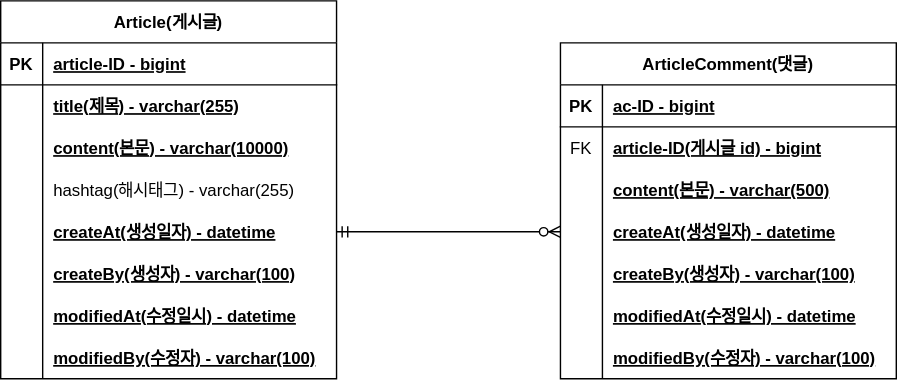
Above: document/ERD.svg in dohyun332/project-board (draw.io), before the change. Source tidied: cells renumbered, new cells last; positions are measured from the earlier drawing's top-left corner, leaving out a move shared by most shapes.
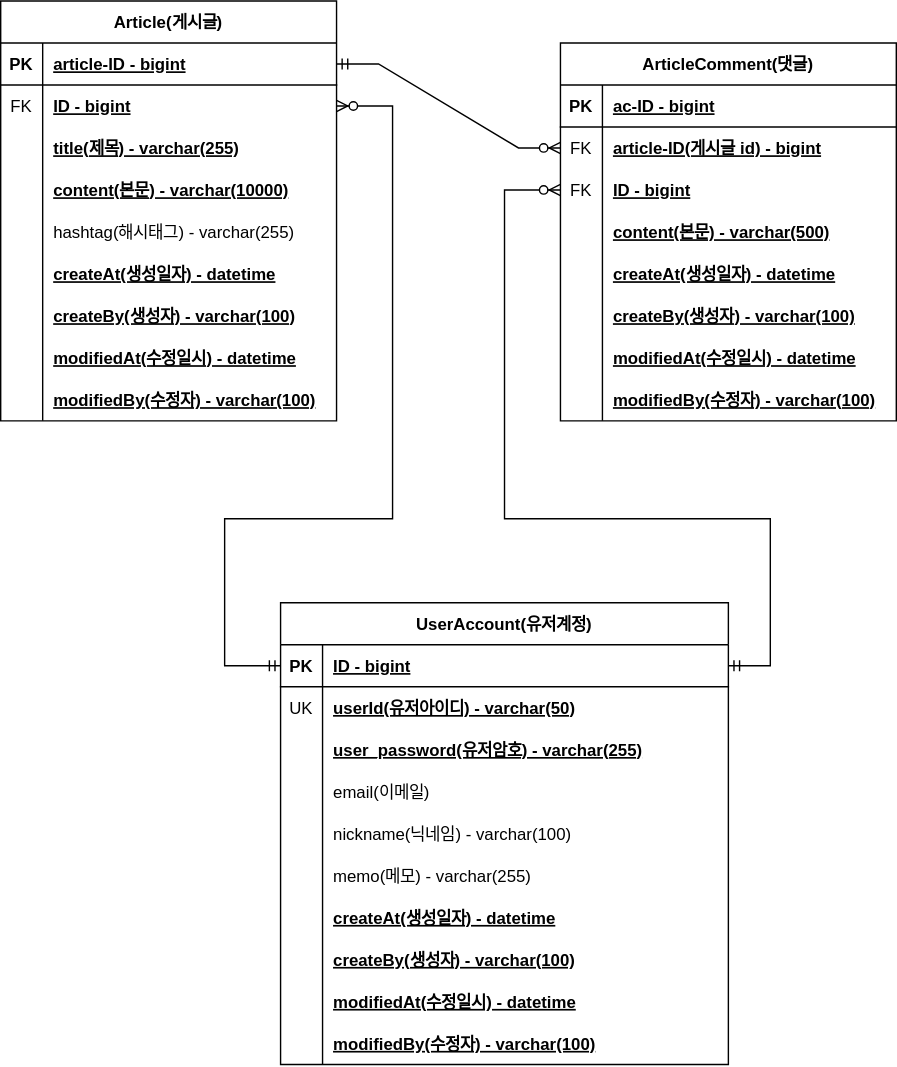
The same file after the commit.

Change to the diagram source:
```diff
@@ -3,7 +3,7 @@
     <mxCell id="0" />
     <mxCell id="1" parent="0" />
     <mxCell id="2" value="Article(게시글)" style="shape=table;startSize=30;rowLines=0;fontStyle=1;align=center;" parent="1" vertex="1">
-      <mxGeometry width="240" height="270" as="geometry" />
+      <mxGeometry width="240" height="300" as="geometry" />
     </mxCell>
     <mxCell id="3" style="shape=tableRow;horizontal=0;startSize=0;swimlaneHead=0;swimlaneBody=0;fillColor=none;points=[[0,0.5],[1,0.5]];portConstraint=eastwest;top=0;left=0;right=0;bottom=1;" parent="2" vertex="1">
       <mxGeometry y="30" width="240" height="30" as="geometry" />
@@ -17,14 +17,23 @@
     <mxCell id="6" style="shape=tableRow;horizontal=0;startSize=0;swimlaneHead=0;swimlaneBody=0;fillColor=none;points=[[0,0.5],[1,0.5]];portConstraint=eastwest;top=0;left=0;right=0;bottom=0;" parent="2" vertex="1">
       <mxGeometry y="60" width="240" height="30" as="geometry" />
     </mxCell>
-    <mxCell id="7" style="shape=partialRectangle;fillColor=none;top=0;left=0;bottom=0;right=0;overflow=hidden;" parent="6" vertex="1">
+    <mxCell id="7" value="FK" style="shape=partialRectangle;fillColor=none;top=0;left=0;bottom=0;right=0;overflow=hidden;" parent="6" vertex="1">
       <mxGeometry width="30" height="30" as="geometry" />
     </mxCell>
-    <mxCell id="8" value="title(제목) - varchar(255)" style="shape=partialRectangle;fillColor=none;top=0;left=0;bottom=0;right=0;align=left;spacingLeft=6;overflow=hidden;fontStyle=5;" parent="6" vertex="1">
+    <mxCell id="8" value="ID - bigint" style="shape=partialRectangle;fillColor=none;top=0;left=0;bottom=0;right=0;align=left;spacingLeft=6;overflow=hidden;fontStyle=5;" parent="6" vertex="1">
       <mxGeometry x="30" width="210" height="30" as="geometry" />
     </mxCell>
+    <mxCell id="50" style="shape=tableRow;horizontal=0;startSize=0;swimlaneHead=0;swimlaneBody=0;fillColor=none;top=0;left=0;right=0;bottom=0;" parent="2" vertex="1">
+      <mxGeometry y="90" width="240" height="30" as="geometry" />
+    </mxCell>
+    <mxCell id="51" style="shape=partialRectangle;fillColor=none;top=0;left=0;bottom=0;right=0;overflow=hidden;" parent="50" vertex="1">
+      <mxGeometry width="30" height="30" as="geometry" />
+    </mxCell>
+    <mxCell id="52" value="title(제목) - varchar(255)" style="shape=partialRectangle;fillColor=none;top=0;left=0;bottom=0;right=0;align=left;spacingLeft=6;overflow=hidden;fontStyle=5;" parent="50" vertex="1">
+      <mxGeometry x="30" width="210" height="30" as="geometry" />
+    </mxCell>
     <mxCell id="9" style="shape=tableRow;horizontal=0;startSize=0;swimlaneHead=0;swimlaneBody=0;fillColor=none;top=0;left=0;right=0;bottom=0;" parent="2" vertex="1">
-      <mxGeometry y="90" width="240" height="30" as="geometry" />
+      <mxGeometry y="120" width="240" height="30" as="geometry" />
     </mxCell>
     <mxCell id="10" style="shape=partialRectangle;fillColor=none;top=0;left=0;bottom=0;right=0;overflow=hidden;" parent="9" vertex="1">
       <mxGeometry width="30" height="30" as="geometry" />
@@ -33,7 +42,7 @@
       <mxGeometry x="30" width="210" height="30" as="geometry" />
     </mxCell>
     <mxCell id="12" style="shape=tableRow;horizontal=0;startSize=0;swimlaneHead=0;swimlaneBody=0;fillColor=none;top=0;left=0;right=0;bottom=0;" parent="2" vertex="1">
-      <mxGeometry y="120" width="240" height="30" as="geometry" />
+      <mxGeometry y="150" width="240" height="30" as="geometry" />
     </mxCell>
     <mxCell id="13" style="shape=partialRectangle;fillColor=none;top=0;left=0;bottom=0;right=0;overflow=hidden;" parent="12" vertex="1">
       <mxGeometry width="30" height="30" as="geometry" />
@@ -42,7 +51,7 @@
       <mxGeometry x="30" width="210" height="30" as="geometry" />
     </mxCell>
     <mxCell id="15" style="shape=tableRow;horizontal=0;startSize=0;swimlaneHead=0;swimlaneBody=0;fillColor=none;points=[[0,0.5],[1,0.5]];portConstraint=eastwest;top=0;left=0;right=0;bottom=0;" parent="2" vertex="1">
-      <mxGeometry y="150" width="240" height="30" as="geometry" />
+      <mxGeometry y="180" width="240" height="30" as="geometry" />
     </mxCell>
     <mxCell id="16" style="shape=partialRectangle;fillColor=none;top=0;left=0;bottom=0;right=0;overflow=hidden;" parent="15" vertex="1">
       <mxGeometry width="30" height="30" as="geometry" />
@@ -51,7 +60,7 @@
       <mxGeometry x="30" width="210" height="30" as="geometry" />
     </mxCell>
     <mxCell id="18" style="shape=tableRow;horizontal=0;startSize=0;swimlaneHead=0;swimlaneBody=0;fillColor=none;top=0;left=0;right=0;bottom=0;" parent="2" vertex="1">
-      <mxGeometry y="180" width="240" height="30" as="geometry" />
+      <mxGeometry y="210" width="240" height="30" as="geometry" />
     </mxCell>
     <mxCell id="19" style="shape=partialRectangle;fillColor=none;top=0;left=0;bottom=0;right=0;overflow=hidden;" parent="18" vertex="1">
       <mxGeometry width="30" height="30" as="geometry" />
@@ -60,7 +69,7 @@
       <mxGeometry x="30" width="210" height="30" as="geometry" />
     </mxCell>
     <mxCell id="21" style="shape=tableRow;horizontal=0;startSize=0;swimlaneHead=0;swimlaneBody=0;fillColor=none;top=0;left=0;right=0;bottom=0;" parent="2" vertex="1">
-      <mxGeometry y="210" width="240" height="30" as="geometry" />
+      <mxGeometry y="240" width="240" height="30" as="geometry" />
     </mxCell>
     <mxCell id="22" style="shape=partialRectangle;fillColor=none;top=0;left=0;bottom=0;right=0;overflow=hidden;" parent="21" vertex="1">
       <mxGeometry width="30" height="30" as="geometry" />
@@ -69,7 +78,7 @@
       <mxGeometry x="30" width="210" height="30" as="geometry" />
     </mxCell>
     <mxCell id="24" style="shape=tableRow;horizontal=0;startSize=0;swimlaneHead=0;swimlaneBody=0;fillColor=none;top=0;left=0;right=0;bottom=0;" parent="2" vertex="1">
-      <mxGeometry y="240" width="240" height="30" as="geometry" />
+      <mxGeometry y="270" width="240" height="30" as="geometry" />
     </mxCell>
     <mxCell id="25" style="shape=partialRectangle;fillColor=none;top=0;left=0;bottom=0;right=0;overflow=hidden;" parent="24" vertex="1">
       <mxGeometry width="30" height="30" as="geometry" />
@@ -78,7 +87,7 @@
       <mxGeometry x="30" width="210" height="30" as="geometry" />
     </mxCell>
     <mxCell id="27" value="ArticleComment(댓글)" style="shape=table;startSize=30;rowLines=0;fontStyle=1;align=center;" parent="1" vertex="1">
-      <mxGeometry x="400" y="30" width="240" height="240" as="geometry" />
+      <mxGeometry x="400" y="30" width="240" height="270" as="geometry" />
     </mxCell>
     <mxCell id="28" style="shape=tableRow;horizontal=0;startSize=0;swimlaneHead=0;swimlaneBody=0;fillColor=none;top=0;left=0;right=0;bottom=1;" parent="27" vertex="1">
       <mxGeometry y="30" width="240" height="30" as="geometry" />
@@ -98,8 +107,17 @@
     <mxCell id="33" value="article-ID(게시글 id) - bigint" style="shape=partialRectangle;fillColor=none;top=0;left=0;bottom=0;right=0;align=left;spacingLeft=6;overflow=hidden;fontStyle=5;" parent="31" vertex="1">
       <mxGeometry x="30" width="210" height="30" as="geometry" />
     </mxCell>
+    <mxCell id="53" style="shape=tableRow;horizontal=0;startSize=0;swimlaneHead=0;swimlaneBody=0;fillColor=none;points=[[0,0.5],[1,0.5]];portConstraint=eastwest;top=0;left=0;right=0;bottom=0;" parent="27" vertex="1">
+      <mxGeometry y="90" width="240" height="30" as="geometry" />
+    </mxCell>
+    <mxCell id="54" value="FK" style="shape=partialRectangle;fillColor=none;top=0;left=0;bottom=0;right=0;overflow=hidden;" parent="53" vertex="1">
+      <mxGeometry width="30" height="30" as="geometry" />
+    </mxCell>
+    <mxCell id="55" value="ID - bigint" style="shape=partialRectangle;fillColor=none;top=0;left=0;bottom=0;right=0;align=left;spacingLeft=6;overflow=hidden;fontStyle=5;" parent="53" vertex="1">
+      <mxGeometry x="30" width="210" height="30" as="geometry" />
+    </mxCell>
     <mxCell id="34" style="shape=tableRow;horizontal=0;startSize=0;swimlaneHead=0;swimlaneBody=0;fillColor=none;top=0;left=0;right=0;bottom=0;" parent="27" vertex="1">
-      <mxGeometry y="90" width="240" height="30" as="geometry" />
+      <mxGeometry y="120" width="240" height="30" as="geometry" />
     </mxCell>
     <mxCell id="35" style="shape=partialRectangle;fillColor=none;top=0;left=0;bottom=0;right=0;overflow=hidden;" parent="34" vertex="1">
       <mxGeometry width="30" height="30" as="geometry" />
@@ -108,7 +126,7 @@
       <mxGeometry x="30" width="210" height="30" as="geometry" />
     </mxCell>
     <mxCell id="37" style="shape=tableRow;horizontal=0;startSize=0;swimlaneHead=0;swimlaneBody=0;fillColor=none;points=[[0,0.5],[1,0.5]];portConstraint=eastwest;top=0;left=0;right=0;bottom=0;" parent="27" vertex="1">
-      <mxGeometry y="120" width="240" height="30" as="geometry" />
+      <mxGeometry y="150" width="240" height="30" as="geometry" />
     </mxCell>
     <mxCell id="38" style="shape=partialRectangle;fillColor=none;top=0;left=0;bottom=0;right=0;overflow=hidden;" parent="37" vertex="1">
       <mxGeometry width="30" height="30" as="geometry" />
@@ -117,7 +135,7 @@
       <mxGeometry x="30" width="210" height="30" as="geometry" />
     </mxCell>
     <mxCell id="40" style="shape=tableRow;horizontal=0;startSize=0;swimlaneHead=0;swimlaneBody=0;fillColor=none;top=0;left=0;right=0;bottom=0;" parent="27" vertex="1">
-      <mxGeometry y="150" width="240" height="30" as="geometry" />
+      <mxGeometry y="180" width="240" height="30" as="geometry" />
     </mxCell>
     <mxCell id="41" style="shape=partialRectangle;fillColor=none;top=0;left=0;bottom=0;right=0;overflow=hidden;" parent="40" vertex="1">
       <mxGeometry width="30" height="30" as="geometry" />
@@ -126,7 +144,7 @@
       <mxGeometry x="30" width="210" height="30" as="geometry" />
     </mxCell>
     <mxCell id="43" style="shape=tableRow;horizontal=0;startSize=0;swimlaneHead=0;swimlaneBody=0;fillColor=none;top=0;left=0;right=0;bottom=0;" parent="27" vertex="1">
-      <mxGeometry y="180" width="240" height="30" as="geometry" />
+      <mxGeometry y="210" width="240" height="30" as="geometry" />
     </mxCell>
     <mxCell id="44" style="shape=partialRectangle;fillColor=none;top=0;left=0;bottom=0;right=0;overflow=hidden;" parent="43" vertex="1">
       <mxGeometry width="30" height="30" as="geometry" />
@@ -135,7 +153,7 @@
       <mxGeometry x="30" width="210" height="30" as="geometry" />
     </mxCell>
     <mxCell id="46" style="shape=tableRow;horizontal=0;startSize=0;swimlaneHead=0;swimlaneBody=0;fillColor=none;top=0;left=0;right=0;bottom=0;" parent="27" vertex="1">
-      <mxGeometry y="210" width="240" height="30" as="geometry" />
+      <mxGeometry y="240" width="240" height="30" as="geometry" />
     </mxCell>
     <mxCell id="47" style="shape=partialRectangle;fillColor=none;top=0;left=0;bottom=0;right=0;overflow=hidden;" parent="46" vertex="1">
       <mxGeometry width="30" height="30" as="geometry" />
@@ -143,8 +161,121 @@
     <mxCell id="48" value="modifiedBy(수정자) - varchar(100)" style="shape=partialRectangle;fillColor=none;top=0;left=0;bottom=0;right=0;align=left;spacingLeft=6;overflow=hidden;fontStyle=5;" parent="46" vertex="1">
       <mxGeometry x="30" width="210" height="30" as="geometry" />
     </mxCell>
-    <mxCell id="49" style="edgeStyle=entityRelationEdgeStyle;fontSize=12;html=1;endArrow=ERzeroToMany;startArrow=ERmandOne;rounded=0;entryX=0;entryY=0.5;entryDx=0;entryDy=0;exitX=1;exitY=0.5;exitDx=0;exitDy=0;" parent="1" edge="1" source="15" target="37">
+    <mxCell id="49" style="edgeStyle=entityRelationEdgeStyle;fontSize=12;html=1;endArrow=ERzeroToMany;startArrow=ERmandOne;rounded=0;entryX=0;entryY=0.5;entryDx=0;entryDy=0;exitX=1;exitY=0.5;exitDx=0;exitDy=0;" parent="1" edge="1" source="3" target="31">
       <mxGeometry relative="1" as="geometry" />
     </mxCell>
+    <mxCell id="56" value="UserAccount(유저계정)" style="shape=table;startSize=30;rowLines=0;fontStyle=1;align=center;" parent="1" vertex="1">
+      <mxGeometry x="200" y="430" width="320" height="330" as="geometry" />
+    </mxCell>
+    <mxCell id="57" style="shape=tableRow;horizontal=0;startSize=0;swimlaneHead=0;swimlaneBody=0;fillColor=none;points=[[0,0.5],[1,0.5]];portConstraint=eastwest;top=0;left=0;right=0;bottom=1;" parent="56" vertex="1">
+      <mxGeometry y="30" width="320" height="30" as="geometry" />
+    </mxCell>
+    <mxCell id="58" value="PK" style="shape=partialRectangle;fillColor=none;top=0;left=0;bottom=0;right=0;fontStyle=1;overflow=hidden;" parent="57" vertex="1">
+      <mxGeometry width="30" height="30" as="geometry" />
+    </mxCell>
+    <mxCell id="59" value="ID - bigint" style="shape=partialRectangle;fillColor=none;top=0;left=0;bottom=0;right=0;align=left;spacingLeft=6;fontStyle=5;overflow=hidden;" parent="57" vertex="1">
+      <mxGeometry x="30" width="290" height="30" as="geometry" />
+    </mxCell>
+    <mxCell id="60" style="shape=tableRow;horizontal=0;startSize=0;swimlaneHead=0;swimlaneBody=0;fillColor=none;top=0;left=0;right=0;bottom=0;" parent="56" vertex="1">
+      <mxGeometry y="60" width="320" height="30" as="geometry" />
+    </mxCell>
+    <mxCell id="61" value="UK" style="shape=partialRectangle;fillColor=none;top=0;left=0;bottom=0;right=0;overflow=hidden;" parent="60" vertex="1">
+      <mxGeometry width="30" height="30" as="geometry" />
+    </mxCell>
+    <mxCell id="62" value="userId(유저아이디) - varchar(50)" style="shape=partialRectangle;fillColor=none;top=0;left=0;bottom=0;right=0;align=left;spacingLeft=6;overflow=hidden;fontStyle=5;" parent="60" vertex="1">
+      <mxGeometry x="30" width="290" height="30" as="geometry" />
+    </mxCell>
+    <mxCell id="63" style="shape=tableRow;horizontal=0;startSize=0;swimlaneHead=0;swimlaneBody=0;fillColor=none;top=0;left=0;right=0;bottom=0;" parent="56" vertex="1">
+      <mxGeometry y="90" width="320" height="30" as="geometry" />
+    </mxCell>
+    <mxCell id="64" style="shape=partialRectangle;fillColor=none;top=0;left=0;bottom=0;right=0;overflow=hidden;" parent="63" vertex="1">
+      <mxGeometry width="30" height="30" as="geometry" />
+    </mxCell>
+    <mxCell id="65" value="user_password(유저암호) - varchar(255)" style="shape=partialRectangle;fillColor=none;top=0;left=0;bottom=0;right=0;align=left;spacingLeft=6;overflow=hidden;fontStyle=5;" parent="63" vertex="1">
+      <mxGeometry x="30" width="290" height="30" as="geometry" />
+    </mxCell>
+    <mxCell id="66" style="shape=tableRow;horizontal=0;startSize=0;swimlaneHead=0;swimlaneBody=0;fillColor=none;top=0;left=0;right=0;bottom=0;" parent="56" vertex="1">
+      <mxGeometry y="120" width="320" height="30" as="geometry" />
+    </mxCell>
+    <mxCell id="67" style="shape=partialRectangle;fillColor=none;top=0;left=0;bottom=0;right=0;overflow=hidden;" parent="66" vertex="1">
+      <mxGeometry width="30" height="30" as="geometry" />
+    </mxCell>
+    <mxCell id="68" value="email(이메일)" style="shape=partialRectangle;fillColor=none;top=0;left=0;bottom=0;right=0;align=left;spacingLeft=6;overflow=hidden;" parent="66" vertex="1">
+      <mxGeometry x="30" width="290" height="30" as="geometry" />
+    </mxCell>
+    <mxCell id="69" style="shape=tableRow;horizontal=0;startSize=0;swimlaneHead=0;swimlaneBody=0;fillColor=none;top=0;left=0;right=0;bottom=0;" parent="56" vertex="1">
+      <mxGeometry y="150" width="320" height="30" as="geometry" />
+    </mxCell>
+    <mxCell id="70" style="shape=partialRectangle;fillColor=none;top=0;left=0;bottom=0;right=0;overflow=hidden;" parent="69" vertex="1">
+      <mxGeometry width="30" height="30" as="geometry" />
+    </mxCell>
+    <mxCell id="71" value="nickname(닉네임) - varchar(100)" style="shape=partialRectangle;fillColor=none;top=0;left=0;bottom=0;right=0;align=left;spacingLeft=6;overflow=hidden;" parent="69" vertex="1">
+      <mxGeometry x="30" width="290" height="30" as="geometry" />
+    </mxCell>
+    <mxCell id="72" style="shape=tableRow;horizontal=0;startSize=0;swimlaneHead=0;swimlaneBody=0;fillColor=none;top=0;left=0;right=0;bottom=0;" parent="56" vertex="1">
+      <mxGeometry y="180" width="320" height="30" as="geometry" />
+    </mxCell>
+    <mxCell id="73" style="shape=partialRectangle;fillColor=none;top=0;left=0;bottom=0;right=0;overflow=hidden;" parent="72" vertex="1">
+      <mxGeometry width="30" height="30" as="geometry" />
+    </mxCell>
+    <mxCell id="74" value="memo(메모) - varchar(255)" style="shape=partialRectangle;fillColor=none;top=0;left=0;bottom=0;right=0;align=left;spacingLeft=6;overflow=hidden;" parent="72" vertex="1">
+      <mxGeometry x="30" width="290" height="30" as="geometry" />
+    </mxCell>
+    <mxCell id="75" style="shape=tableRow;horizontal=0;startSize=0;swimlaneHead=0;swimlaneBody=0;fillColor=none;top=0;left=0;right=0;bottom=0;" parent="56" vertex="1">
+      <mxGeometry y="210" width="320" height="30" as="geometry" />
+    </mxCell>
+    <mxCell id="76" style="shape=partialRectangle;fillColor=none;top=0;left=0;bottom=0;right=0;overflow=hidden;" parent="75" vertex="1">
+      <mxGeometry width="30" height="30" as="geometry" />
+    </mxCell>
+    <mxCell id="77" value="createAt(생성일자) - datetime" style="shape=partialRectangle;fillColor=none;top=0;left=0;bottom=0;right=0;align=left;spacingLeft=6;overflow=hidden;fontStyle=5;" parent="75" vertex="1">
+      <mxGeometry x="30" width="290" height="30" as="geometry" />
+    </mxCell>
+    <mxCell id="78" style="shape=tableRow;horizontal=0;startSize=0;swimlaneHead=0;swimlaneBody=0;fillColor=none;top=0;left=0;right=0;bottom=0;" parent="56" vertex="1">
+      <mxGeometry y="240" width="320" height="30" as="geometry" />
+    </mxCell>
+    <mxCell id="79" style="shape=partialRectangle;fillColor=none;top=0;left=0;bottom=0;right=0;overflow=hidden;" parent="78" vertex="1">
+      <mxGeometry width="30" height="30" as="geometry" />
+    </mxCell>
+    <mxCell id="80" value="createBy(생성자) - varchar(100)" style="shape=partialRectangle;fillColor=none;top=0;left=0;bottom=0;right=0;align=left;spacingLeft=6;overflow=hidden;fontStyle=5;" parent="78" vertex="1">
+      <mxGeometry x="30" width="290" height="30" as="geometry" />
+    </mxCell>
+    <mxCell id="81" style="shape=tableRow;horizontal=0;startSize=0;swimlaneHead=0;swimlaneBody=0;fillColor=none;top=0;left=0;right=0;bottom=0;" parent="56" vertex="1">
+      <mxGeometry y="270" width="320" height="30" as="geometry" />
+    </mxCell>
+    <mxCell id="82" style="shape=partialRectangle;fillColor=none;top=0;left=0;bottom=0;right=0;overflow=hidden;" parent="81" vertex="1">
+      <mxGeometry width="30" height="30" as="geometry" />
+    </mxCell>
+    <mxCell id="83" value="modifiedAt(수정일시) - datetime" style="shape=partialRectangle;fillColor=none;top=0;left=0;bottom=0;right=0;align=left;spacingLeft=6;overflow=hidden;fontStyle=5;" parent="81" vertex="1">
+      <mxGeometry x="30" width="290" height="30" as="geometry" />
+    </mxCell>
+    <mxCell id="84" style="shape=tableRow;horizontal=0;startSize=0;swimlaneHead=0;swimlaneBody=0;fillColor=none;top=0;left=0;right=0;bottom=0;" parent="56" vertex="1">
+      <mxGeometry y="300" width="320" height="30" as="geometry" />
+    </mxCell>
+    <mxCell id="85" style="shape=partialRectangle;fillColor=none;top=0;left=0;bottom=0;right=0;overflow=hidden;" parent="84" vertex="1">
+      <mxGeometry width="30" height="30" as="geometry" />
+    </mxCell>
+    <mxCell id="86" value="modifiedBy(수정자) - varchar(100)" style="shape=partialRectangle;fillColor=none;top=0;left=0;bottom=0;right=0;align=left;spacingLeft=6;overflow=hidden;fontStyle=5;" parent="84" vertex="1">
+      <mxGeometry x="30" width="290" height="30" as="geometry" />
+    </mxCell>
+    <mxCell id="87" style="edgeStyle=orthogonalEdgeStyle;fontSize=12;html=1;endArrow=ERzeroToMany;startArrow=ERmandOne;rounded=0;entryX=1;entryY=0.5;entryDx=0;entryDy=0;exitX=0;exitY=0.5;exitDx=0;exitDy=0;" parent="1" edge="1" source="57" target="6">
+      <mxGeometry relative="1" as="geometry">
+        <Array as="points">
+          <mxPoint x="160" y="475" />
+          <mxPoint x="160" y="370" />
+          <mxPoint x="280" y="370" />
+          <mxPoint x="280" y="75" />
+        </Array>
+      </mxGeometry>
+    </mxCell>
+    <mxCell id="88" style="edgeStyle=orthogonalEdgeStyle;fontSize=12;html=1;endArrow=ERzeroToMany;startArrow=ERmandOne;rounded=0;entryX=0;entryY=0.5;entryDx=0;entryDy=0;exitX=1;exitY=0.5;exitDx=0;exitDy=0;" parent="1" edge="1" source="57" target="53">
+      <mxGeometry relative="1" as="geometry">
+        <Array as="points">
+          <mxPoint x="550" y="475" />
+          <mxPoint x="550" y="370" />
+          <mxPoint x="360" y="370" />
+          <mxPoint x="360" y="135" />
+        </Array>
+      </mxGeometry>
+    </mxCell>
   </root>
 </mxGraphModel>
```
